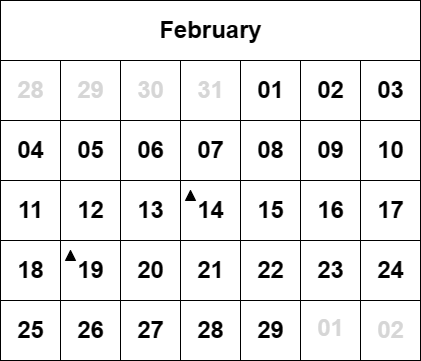
The draw.io diagram Untitled Diagram.drawio.png in Take667/CIS285_EduCal_T1, before a commit. Source tidied: cells renumbered, new cells last; positions are measured from the earlier drawing's top-left corner, leaving out a move shared by most shapes.
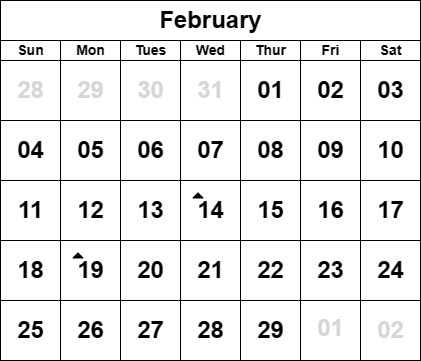
The same file after the commit.

What changed in the source:
```diff
@@ -111,7 +111,7 @@
       <mxGeometry width="420" height="60" as="geometry" />
     </mxCell>
     <mxCell id="38" value="February" style="text;strokeColor=none;fillColor=none;html=1;fontSize=24;fontStyle=1;verticalAlign=middle;align=center;" parent="1" vertex="1">
-      <mxGeometry x="160" y="10" width="100" height="40" as="geometry" />
+      <mxGeometry x="160" y="10" width="100" height="20" as="geometry" />
     </mxCell>
     <mxCell id="39" value="28" style="text;strokeColor=none;fillColor=none;html=1;fontSize=24;fontStyle=1;verticalAlign=middle;align=center;fontColor=#d6d6d6;" parent="1" vertex="1">
       <mxGeometry x="15" y="85" width="30" height="10" as="geometry" />
@@ -219,10 +219,52 @@
       <mxGeometry x="375" y="322.5" width="30" height="15" as="geometry" />
     </mxCell>
     <mxCell id="74" style="triangle;whiteSpace=wrap;html=1;rotation=-90;labelBorderColor=default;labelBackgroundColor=#000000;fillColor=#000000;" parent="1" vertex="1">
-      <mxGeometry x="185" y="190" width="10" height="10" as="geometry" />
+      <mxGeometry x="195" y="190" width="5" height="10" as="geometry" />
     </mxCell>
-    <mxCell id="75" style="triangle;whiteSpace=wrap;html=1;rotation=-90;fillColor=#000000;" parent="1" vertex="1">
-      <mxGeometry x="65" y="250" width="10" height="10" as="geometry" />
-    </mxCell>
+    <mxCell id="76" style="triangle;whiteSpace=wrap;html=1;rotation=-90;labelBorderColor=default;labelBackgroundColor=#000000;fillColor=#000000;" parent="1" vertex="1">
+      <mxGeometry x="75" y="250" width="5" height="10" as="geometry" />
+    </mxCell>
+    <mxCell id="77" style="rounded=0;whiteSpace=wrap;html=1;" parent="1" vertex="1">
+      <mxGeometry y="40" width="60" height="20" as="geometry" />
+    </mxCell>
+    <mxCell id="78" style="rounded=0;whiteSpace=wrap;html=1;" parent="1" vertex="1">
+      <mxGeometry x="60" y="40" width="60" height="20" as="geometry" />
+    </mxCell>
+    <mxCell id="79" style="rounded=0;whiteSpace=wrap;html=1;" parent="1" vertex="1">
+      <mxGeometry x="120" y="40" width="120" height="20" as="geometry" />
+    </mxCell>
+    <mxCell id="80" style="rounded=0;whiteSpace=wrap;html=1;" parent="1" vertex="1">
+      <mxGeometry x="180" y="40" width="60" height="20" as="geometry" />
+    </mxCell>
+    <mxCell id="81" style="rounded=0;whiteSpace=wrap;html=1;" parent="1" vertex="1">
+      <mxGeometry x="240" y="40" width="60" height="20" as="geometry" />
+    </mxCell>
+    <mxCell id="82" style="rounded=0;whiteSpace=wrap;html=1;" parent="1" vertex="1">
+      <mxGeometry x="300" y="40" width="60" height="20" as="geometry" />
+    </mxCell>
+    <mxCell id="83" style="rounded=0;whiteSpace=wrap;html=1;" parent="1" vertex="1">
+      <mxGeometry x="360" y="40" width="60" height="20" as="geometry" />
+    </mxCell>
+    <mxCell id="84" value="Sun" style="text;strokeColor=none;fillColor=none;html=1;fontSize=14;fontStyle=1;verticalAlign=middle;align=center;strokeWidth=1;" parent="1" vertex="1">
+      <mxGeometry x="15" y="45" width="30" height="10" as="geometry" />
+    </mxCell>
+    <mxCell id="85" value="Mon" style="text;strokeColor=none;fillColor=none;html=1;fontSize=14;fontStyle=1;verticalAlign=middle;align=center;strokeWidth=1;" parent="1" vertex="1">
+      <mxGeometry x="75" y="45" width="30" height="10" as="geometry" />
+    </mxCell>
+    <mxCell id="86" value="Tues" style="text;strokeColor=none;fillColor=none;html=1;fontSize=14;fontStyle=1;verticalAlign=middle;align=center;strokeWidth=1;" parent="1" vertex="1">
+      <mxGeometry x="135" y="45" width="30" height="10" as="geometry" />
+    </mxCell>
+    <mxCell id="87" value="Wed" style="text;strokeColor=none;fillColor=none;html=1;fontSize=14;fontStyle=1;verticalAlign=middle;align=center;strokeWidth=1;" parent="1" vertex="1">
+      <mxGeometry x="195" y="45" width="30" height="10" as="geometry" />
+    </mxCell>
+    <mxCell id="88" value="Thur" style="text;strokeColor=none;fillColor=none;html=1;fontSize=14;fontStyle=1;verticalAlign=middle;align=center;strokeWidth=1;" parent="1" vertex="1">
+      <mxGeometry x="255" y="45" width="30" height="10" as="geometry" />
+    </mxCell>
+    <mxCell id="89" value="Fri" style="text;strokeColor=none;fillColor=none;html=1;fontSize=14;fontStyle=1;verticalAlign=middle;align=center;strokeWidth=1;" parent="1" vertex="1">
+      <mxGeometry x="315" y="45" width="30" height="10" as="geometry" />
+    </mxCell>
+    <mxCell id="90" value="Sat" style="text;strokeColor=none;fillColor=none;html=1;fontSize=14;fontStyle=1;verticalAlign=middle;align=center;strokeWidth=1;" parent="1" vertex="1">
+      <mxGeometry x="375" y="45" width="30" height="10" as="geometry" />
+    </mxCell>
   </root>
 </mxGraphModel>
```
